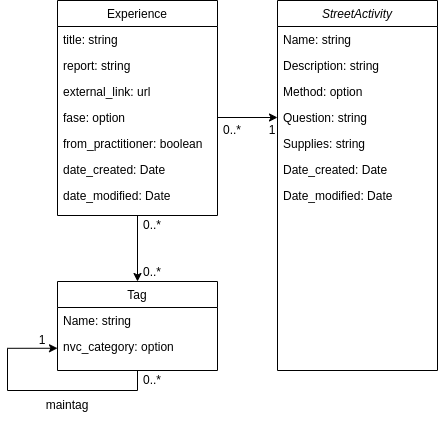
Before: architecture/streetactivity_domainmodel.png, a diagram exported from draw.io (MxTheo/travelingguestbook). Source tidied: cells renumbered, new cells last; positions are measured from the earlier drawing's top-left corner, leaving out a move shared by most shapes.
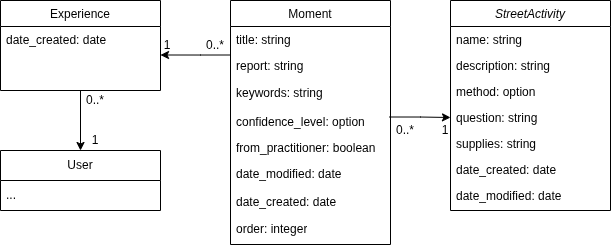
Later version of the same file.

Diff of the diagram source:
```diff
@@ -3,49 +3,31 @@
     <mxCell id="0" />
     <mxCell id="1" parent="0" />
     <mxCell id="2" value="StreetActivity" style="swimlane;fontStyle=2;align=center;verticalAlign=top;horizontal=1;startSize=26;rounded=0;shadow=0;strokeWidth=1;" parent="1" vertex="1">
-      <mxGeometry x="270" width="160" height="370" as="geometry" />
+      <mxGeometry x="270" width="160" height="210" as="geometry" />
     </mxCell>
-    <mxCell id="3" value="Name: string" style="text;align=left;verticalAlign=top;spacingLeft=4;spacingRight=4;overflow=hidden;" parent="2" vertex="1">
+    <mxCell id="3" value="name: string" style="text;align=left;verticalAlign=top;spacingLeft=4;spacingRight=4;overflow=hidden;" parent="2" vertex="1">
       <mxGeometry y="26" width="160" height="26" as="geometry" />
     </mxCell>
-    <mxCell id="4" value="Description: string" style="text;align=left;verticalAlign=top;spacingLeft=4;spacingRight=4;overflow=hidden;rounded=0;shadow=0;html=0;" parent="2" vertex="1">
+    <mxCell id="4" value="description: string" style="text;align=left;verticalAlign=top;spacingLeft=4;spacingRight=4;overflow=hidden;rounded=0;shadow=0;html=0;" parent="2" vertex="1">
       <mxGeometry y="52" width="160" height="26" as="geometry" />
     </mxCell>
-    <mxCell id="5" value="Method: option" style="text;align=left;verticalAlign=top;spacingLeft=4;spacingRight=4;overflow=hidden;rounded=0;shadow=0;html=0;" parent="2" vertex="1">
+    <mxCell id="5" value="method: option" style="text;align=left;verticalAlign=top;spacingLeft=4;spacingRight=4;overflow=hidden;rounded=0;shadow=0;html=0;" parent="2" vertex="1">
       <mxGeometry y="78" width="160" height="26" as="geometry" />
     </mxCell>
-    <mxCell id="6" value="Question: string" style="text;align=left;verticalAlign=top;spacingLeft=4;spacingRight=4;overflow=hidden;points=[[0,0.5],[1,0.5]];portConstraint=eastwest;" parent="2" vertex="1">
+    <mxCell id="6" value="question: string" style="text;align=left;verticalAlign=top;spacingLeft=4;spacingRight=4;overflow=hidden;points=[[0,0.5],[1,0.5]];portConstraint=eastwest;" parent="2" vertex="1">
       <mxGeometry y="104" width="160" height="26" as="geometry" />
     </mxCell>
-    <mxCell id="7" value="Supplies: string" style="text;align=left;verticalAlign=top;spacingLeft=4;spacingRight=4;overflow=hidden;" parent="2" vertex="1">
+    <mxCell id="7" value="supplies: string" style="text;align=left;verticalAlign=top;spacingLeft=4;spacingRight=4;overflow=hidden;" parent="2" vertex="1">
       <mxGeometry y="130" width="160" height="26" as="geometry" />
     </mxCell>
-    <mxCell id="8" value="Date_created: Date&#10;" style="text;align=left;verticalAlign=top;spacingLeft=4;spacingRight=4;overflow=hidden;" parent="2" vertex="1">
+    <mxCell id="8" value="date_created: date&#10;" style="text;align=left;verticalAlign=top;spacingLeft=4;spacingRight=4;overflow=hidden;" parent="2" vertex="1">
       <mxGeometry y="156" width="160" height="26" as="geometry" />
     </mxCell>
-    <mxCell id="9" value="Date_modified: Date" style="text;align=left;verticalAlign=top;spacingLeft=4;spacingRight=4;overflow=hidden;" parent="2" vertex="1">
+    <mxCell id="9" value="date_modified: date" style="text;align=left;verticalAlign=top;spacingLeft=4;spacingRight=4;overflow=hidden;" parent="2" vertex="1">
       <mxGeometry y="182" width="160" height="26" as="geometry" />
     </mxCell>
-    <mxCell id="10" style="edgeStyle=orthogonalEdgeStyle;rounded=0;orthogonalLoop=1;jettySize=auto;html=1;exitX=0.5;exitY=1;exitDx=0;exitDy=0;entryX=0;entryY=0.75;entryDx=0;entryDy=0;" parent="1" edge="1" source="11" target="11">
-      <mxGeometry relative="1" as="geometry">
-        <Array as="points">
-          <mxPoint x="130" y="390" />
-          <mxPoint y="390" />
-          <mxPoint y="348" />
-        </Array>
-      </mxGeometry>
-    </mxCell>
-    <mxCell id="11" value="Tag" style="swimlane;fontStyle=0;align=center;verticalAlign=top;horizontal=1;startSize=26;rounded=0;shadow=0;strokeWidth=1;" parent="1" vertex="1">
-      <mxGeometry x="50" y="281" width="160" height="89" as="geometry" />
-    </mxCell>
-    <mxCell id="12" value="Name: string" style="text;align=left;verticalAlign=top;spacingLeft=4;spacingRight=4;overflow=hidden;" parent="11" vertex="1">
-      <mxGeometry y="26" width="160" height="26" as="geometry" />
-    </mxCell>
-    <mxCell id="13" value="nvc_category: option" style="text;align=left;verticalAlign=top;spacingLeft=4;spacingRight=4;overflow=hidden;" parent="11" vertex="1">
-      <mxGeometry y="52" width="160" height="26" as="geometry" />
-    </mxCell>
-    <mxCell id="14" value="Experience" style="swimlane;fontStyle=0;align=center;verticalAlign=top;horizontal=1;startSize=26;rounded=0;shadow=0;strokeWidth=1;" parent="1" vertex="1">
-      <mxGeometry x="50" width="160" height="215" as="geometry" />
+    <mxCell id="14" value="Moment" style="swimlane;fontStyle=0;align=center;verticalAlign=top;horizontal=1;startSize=26;rounded=0;shadow=0;strokeWidth=1;" parent="1" vertex="1">
+      <mxGeometry x="50" width="160" height="244" as="geometry" />
     </mxCell>
     <mxCell id="15" value="title: string" style="text;align=left;verticalAlign=top;spacingLeft=4;spacingRight=4;overflow=hidden;" parent="14" vertex="1">
       <mxGeometry y="26" width="160" height="26" as="geometry" />
@@ -53,47 +35,69 @@
     <mxCell id="16" value="report: string" style="text;align=left;verticalAlign=top;spacingLeft=4;spacingRight=4;overflow=hidden;rounded=0;shadow=0;html=0;" parent="14" vertex="1">
       <mxGeometry y="52" width="160" height="26" as="geometry" />
     </mxCell>
-    <mxCell id="17" value="external_link: url" style="text;align=left;verticalAlign=top;spacingLeft=4;spacingRight=4;overflow=hidden;rounded=0;shadow=0;html=0;" parent="14" vertex="1">
-      <mxGeometry y="78" width="160" height="26" as="geometry" />
-    </mxCell>
+    <mxCell id="31" value="keywords: string" style="text;strokeColor=none;fillColor=none;align=left;verticalAlign=middle;spacingLeft=4;spacingRight=4;overflow=hidden;whiteSpace=wrap;html=1;" parent="14" vertex="1">
+      <mxGeometry y="78" width="160" height="30" as="geometry" />
+    </mxCell>
-    <mxCell id="18" value="fase: option" style="text;align=left;verticalAlign=top;spacingLeft=4;spacingRight=4;overflow=hidden;points=[[0,0.5],[1,0.5]];portConstraint=eastwest;rounded=0;shadow=0;html=0;" parent="14" vertex="1">
-      <mxGeometry y="104" width="160" height="26" as="geometry" />
+    <mxCell id="18" value="confidence_level: option" style="text;align=left;verticalAlign=top;spacingLeft=4;spacingRight=4;overflow=hidden;points=[[0,0.5],[1,0.5]];portConstraint=eastwest;rounded=0;shadow=0;html=0;" parent="14" vertex="1">
+      <mxGeometry y="108" width="160" height="26" as="geometry" />
     </mxCell>
     <mxCell id="19" value="from_practitioner: boolean" style="text;align=left;verticalAlign=top;spacingLeft=4;spacingRight=4;overflow=hidden;rounded=0;shadow=0;html=0;" parent="14" vertex="1">
-      <mxGeometry y="130" width="160" height="26" as="geometry" />
+      <mxGeometry y="134" width="160" height="26" as="geometry" />
     </mxCell>
+    <mxCell id="21" value="date_modified: date" style="text;align=left;verticalAlign=top;spacingLeft=4;spacingRight=4;overflow=hidden;rounded=0;shadow=0;html=0;" parent="14" vertex="1">
+      <mxGeometry y="160" width="160" height="28" as="geometry" />
+    </mxCell>
-    <mxCell id="20" value="date_created: Date" style="text;align=left;verticalAlign=top;spacingLeft=4;spacingRight=4;overflow=hidden;rounded=0;shadow=0;html=0;" parent="14" vertex="1">
-      <mxGeometry y="156" width="160" height="26" as="geometry" />
+    <mxCell id="20" value="date_created: date" style="text;align=left;verticalAlign=top;spacingLeft=4;spacingRight=4;overflow=hidden;rounded=0;shadow=0;html=0;" parent="14" vertex="1">
+      <mxGeometry y="188" width="160" height="26" as="geometry" />
     </mxCell>
-    <mxCell id="21" value="date_modified: Date" style="text;align=left;verticalAlign=top;spacingLeft=4;spacingRight=4;overflow=hidden;rounded=0;shadow=0;html=0;" parent="14" vertex="1">
-      <mxGeometry y="182" width="160" height="26" as="geometry" />
-    </mxCell>
+    <mxCell id="32" value="order: integer" style="text;strokeColor=none;fillColor=none;align=left;verticalAlign=middle;spacingLeft=4;spacingRight=4;overflow=hidden;whiteSpace=wrap;html=1;" parent="14" vertex="1">
+      <mxGeometry y="214" width="160" height="30" as="geometry" />
+    </mxCell>
-    <mxCell id="22" style="edgeStyle=orthogonalEdgeStyle;rounded=0;jettySize=auto;html=1;entryX=0;entryY=0.5;entryDx=0;entryDy=0;" parent="1" edge="1" source="18" target="6">
+    <mxCell id="22" style="edgeStyle=orthogonalEdgeStyle;rounded=0;jettySize=auto;html=1;entryX=0;entryY=0.5;entryDx=0;entryDy=0;exitX=0.994;exitY=0.327;exitDx=0;exitDy=0;exitPerimeter=0;" parent="1" edge="1" source="18" target="6">
       <mxGeometry relative="1" as="geometry" />
     </mxCell>
-    <mxCell id="23" value="0..*" style="text;html=1;align=center;verticalAlign=middle;whiteSpace=wrap;rounded=0;" parent="1" vertex="1">
-      <mxGeometry x="130" y="215" width="30" height="20" as="geometry" />
-    </mxCell>
-    <mxCell id="24" value="0..*" style="text;html=1;align=center;verticalAlign=middle;whiteSpace=wrap;rounded=0;" parent="1" vertex="1">
-      <mxGeometry x="130" y="262" width="30" height="19" as="geometry" />
-    </mxCell>
     <mxCell id="25" value="0..*" style="text;html=1;align=center;verticalAlign=middle;whiteSpace=wrap;rounded=0;" parent="1" vertex="1">
       <mxGeometry x="210" y="120" width="30" height="20" as="geometry" />
     </mxCell>
     <mxCell id="26" value="1" style="text;html=1;align=center;verticalAlign=middle;whiteSpace=wrap;rounded=0;" parent="1" vertex="1">
       <mxGeometry x="260" y="120" width="10" height="20" as="geometry" />
     </mxCell>
-    <mxCell id="27" value="maintag" style="text;html=1;align=center;verticalAlign=middle;whiteSpace=wrap;rounded=0;" parent="1" vertex="1">
-      <mxGeometry x="30" y="390" width="60" height="30" as="geometry" />
-    </mxCell>
-    <mxCell id="28" value="1" style="text;html=1;align=center;verticalAlign=middle;whiteSpace=wrap;rounded=0;" parent="1" vertex="1">
-      <mxGeometry x="30" y="330" width="10" height="20" as="geometry" />
-    </mxCell>
-    <mxCell id="29" value="0..*" style="text;html=1;align=center;verticalAlign=middle;whiteSpace=wrap;rounded=0;" parent="1" vertex="1">
-      <mxGeometry x="130" y="370" width="30" height="20" as="geometry" />
-    </mxCell>
-    <mxCell id="30" style="endArrow=classic;html=1;rounded=0;entryX=0;entryY=1;entryDx=0;entryDy=0;exitX=0.5;exitY=1;exitDx=0;exitDy=0;" parent="1" edge="1" source="14" target="24">
-      <mxGeometry relative="1" as="geometry" />
-    </mxCell>
+    <mxCell id="33" style="edgeStyle=orthogonalEdgeStyle;rounded=0;jettySize=auto;html=1;exitX=0.5;exitY=1;exitDx=0;exitDy=0;entryX=0.5;entryY=0;entryDx=0;entryDy=0;" parent="1" edge="1" source="34" target="36">
+      <mxGeometry relative="1" as="geometry" />
+    </mxCell>
+    <mxCell id="34" value="Experience" style="swimlane;fontStyle=0;align=center;verticalAlign=top;horizontal=1;startSize=26;rounded=0;shadow=0;strokeWidth=1;" parent="1" vertex="1">
+      <mxGeometry x="-180" width="160" height="90" as="geometry" />
+    </mxCell>
+    <mxCell id="35" value="date_created: date" style="text;align=left;verticalAlign=top;spacingLeft=4;spacingRight=4;overflow=hidden;" parent="34" vertex="1">
+      <mxGeometry y="26" width="160" height="26" as="geometry" />
+    </mxCell>
+    <mxCell id="36" value="User" style="swimlane;fontStyle=0;horizontal=1;startSize=30;whiteSpace=wrap;html=1;" parent="1" vertex="1">
+      <mxGeometry x="-180" y="150" width="160" height="60" as="geometry" />
+    </mxCell>
+    <mxCell id="37" value="..." style="text;strokeColor=none;fillColor=none;align=left;verticalAlign=middle;spacingLeft=4;spacingRight=4;overflow=hidden;whiteSpace=wrap;html=1;" parent="36" vertex="1">
+      <mxGeometry y="30" width="160" height="30" as="geometry" />
+    </mxCell>
+    <mxCell id="38" style="edgeStyle=orthogonalEdgeStyle;rounded=0;orthogonalLoop=1;jettySize=auto;html=1;" parent="1" edge="1">
+      <mxGeometry relative="1" as="geometry">
+        <mxPoint x="50" y="54.5" as="sourcePoint" />
+        <mxPoint x="-20" y="54.5" as="targetPoint" />
+        <Array as="points">
+          <mxPoint x="20" y="54.5" />
+          <mxPoint x="20" y="54.5" />
+        </Array>
+      </mxGeometry>
+    </mxCell>
+    <mxCell id="39" value="0..*" style="text;html=1;align=center;verticalAlign=middle;whiteSpace=wrap;rounded=0;" parent="1" vertex="1">
+      <mxGeometry x="20" y="35" width="30" height="20" as="geometry" />
+    </mxCell>
+    <mxCell id="40" value="1" style="text;html=1;align=center;verticalAlign=middle;whiteSpace=wrap;rounded=0;" parent="1" vertex="1">
+      <mxGeometry x="-18" y="35" width="10" height="20" as="geometry" />
+    </mxCell>
+    <mxCell id="41" value="1" style="text;html=1;align=center;verticalAlign=middle;whiteSpace=wrap;rounded=0;" parent="1" vertex="1">
+      <mxGeometry x="-90" y="130" width="10" height="20" as="geometry" />
+    </mxCell>
+    <mxCell id="42" value="0..*" style="text;html=1;align=center;verticalAlign=middle;whiteSpace=wrap;rounded=0;" parent="1" vertex="1">
+      <mxGeometry x="-100" y="90" width="30" height="20" as="geometry" />
+    </mxCell>
   </root>
 </mxGraphModel>
```
